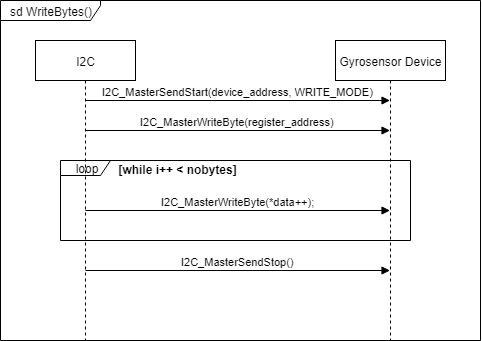
The draw.io diagram Krav og Design/I2C_WriteByte_SD.png in MkLJensen/iFollow, before a commit. Source tidied: cells renumbered, new cells last; positions are measured from the earlier drawing's top-left corner, leaving out a move shared by most shapes. Its diagram source:
```xml
<mxGraphModel>
  <root>
    <mxCell id="0" />
    <mxCell id="1" parent="0" />
    <mxCell id="2" value="sd WriteBytes()" style="shape=umlFrame;whiteSpace=wrap;html=1;width=100;height=20;" parent="1" vertex="1">
      <mxGeometry width="480" height="340" as="geometry" />
    </mxCell>
    <mxCell id="3" value="loop" style="shape=umlFrame;whiteSpace=wrap;html=1;width=50;height=15;" parent="1" vertex="1">
      <mxGeometry x="60" y="160" width="350" height="80" as="geometry" />
    </mxCell>
    <mxCell id="4" value="I2C" style="shape=umlLifeline;perimeter=lifelinePerimeter;whiteSpace=wrap;html=1;outlineConnect=0;" parent="1" vertex="1">
      <mxGeometry x="35" y="40" width="100" height="300" as="geometry" />
    </mxCell>
    <mxCell id="5" value="Gyrosensor Device" style="shape=umlLifeline;perimeter=lifelinePerimeter;whiteSpace=wrap;html=1;outlineConnect=0;" parent="1" vertex="1">
      <mxGeometry x="335" y="40" width="110" height="300" as="geometry" />
    </mxCell>
    <mxCell id="6" value="I2C_MasterSendStart(device_address, WRITE_MODE)" style="html=1;verticalAlign=bottom;endArrow=block;" parent="1" edge="1" target="5">
      <mxGeometry relative="1" as="geometry">
        <mxPoint x="85" y="100" as="sourcePoint" />
      </mxGeometry>
    </mxCell>
    <mxCell id="7" value="I2C_MasterWriteByte(register_address)" style="html=1;verticalAlign=bottom;endArrow=block;" parent="1" edge="1" target="5">
      <mxGeometry relative="1" as="geometry">
        <mxPoint x="85" y="130" as="sourcePoint" />
      </mxGeometry>
    </mxCell>
    <mxCell id="8" value="[while i++ &lt; nobytes]" style="text;align=center;fontStyle=1;verticalAlign=middle;spacingLeft=3;spacingRight=3;strokeColor=none;" parent="1" vertex="1">
      <mxGeometry x="145" y="160" width="65" height="20" as="geometry" />
    </mxCell>
    <mxCell id="9" value="&lt;div&gt;&lt;span&gt;I2C_MasterWriteByte&lt;/span&gt;(*data++);&lt;/div&gt;" style="html=1;verticalAlign=bottom;endArrow=block;" parent="1" edge="1" target="5">
      <mxGeometry relative="1" as="geometry">
        <mxPoint x="85" y="210" as="sourcePoint" />
      </mxGeometry>
    </mxCell>
    <mxCell id="10" value="&lt;div&gt;&lt;span&gt;I2C_MasterSendStop()&lt;/span&gt;&lt;/div&gt;" style="html=1;verticalAlign=bottom;endArrow=block;" parent="1" edge="1" target="5">
      <mxGeometry relative="1" as="geometry">
        <mxPoint x="85" y="270" as="sourcePoint" />
      </mxGeometry>
    </mxCell>
  </root>
</mxGraphModel>
```
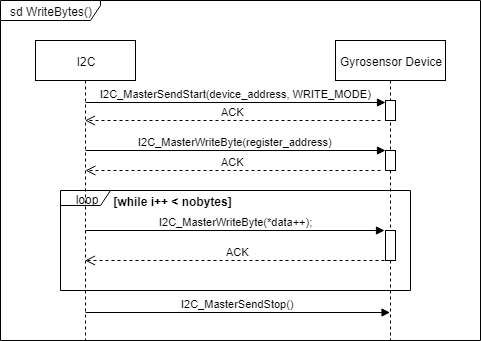
The same file after the commit.

The edit, as a diff of the source:
```diff
@@ -6,7 +6,7 @@
       <mxGeometry width="480" height="340" as="geometry" />
     </mxCell>
     <mxCell id="3" value="loop" style="shape=umlFrame;whiteSpace=wrap;html=1;width=50;height=15;" parent="1" vertex="1">
-      <mxGeometry x="60" y="160" width="350" height="80" as="geometry" />
+      <mxGeometry x="60" y="190" width="350" height="100" as="geometry" />
     </mxCell>
     <mxCell id="4" value="I2C" style="shape=umlLifeline;perimeter=lifelinePerimeter;whiteSpace=wrap;html=1;outlineConnect=0;" parent="1" vertex="1">
       <mxGeometry x="35" y="40" width="100" height="300" as="geometry" />
@@ -14,28 +14,54 @@
     <mxCell id="5" value="Gyrosensor Device" style="shape=umlLifeline;perimeter=lifelinePerimeter;whiteSpace=wrap;html=1;outlineConnect=0;" parent="1" vertex="1">
       <mxGeometry x="335" y="40" width="110" height="300" as="geometry" />
     </mxCell>
+    <mxCell id="11" style="html=1;points=[];perimeter=orthogonalPerimeter;" parent="5" vertex="1">
+      <mxGeometry x="50" y="110" width="10" height="20" as="geometry" />
+    </mxCell>
+    <mxCell id="12" value="ACK" style="html=1;verticalAlign=bottom;endArrow=open;dashed=1;endSize=8;" parent="5" edge="1">
+      <mxGeometry relative="1" as="geometry">
+        <mxPoint x="45" y="130" as="sourcePoint" />
+        <mxPoint x="-250.1" y="130" as="targetPoint" />
+      </mxGeometry>
+    </mxCell>
-    <mxCell id="6" value="I2C_MasterSendStart(device_address, WRITE_MODE)" style="html=1;verticalAlign=bottom;endArrow=block;" parent="1" edge="1" target="5">
+    <mxCell id="6" value="I2C_MasterSendStart(device_address, WRITE_MODE)" style="html=1;verticalAlign=bottom;endArrow=block;entryX=-0.021;entryY=0.102;entryDx=0;entryDy=0;entryPerimeter=0;" parent="1" edge="1" target="13">
       <mxGeometry relative="1" as="geometry">
-        <mxPoint x="85" y="100" as="sourcePoint" />
+        <mxPoint x="85" y="102" as="sourcePoint" />
       </mxGeometry>
     </mxCell>
-    <mxCell id="7" value="I2C_MasterWriteByte(register_address)" style="html=1;verticalAlign=bottom;endArrow=block;" parent="1" edge="1" target="5">
+    <mxCell id="7" value="I2C_MasterWriteByte(register_address)" style="html=1;verticalAlign=bottom;endArrow=block;entryX=-0.044;entryY=-0.011;entryDx=0;entryDy=0;entryPerimeter=0;" parent="1" edge="1" target="11">
       <mxGeometry relative="1" as="geometry">
-        <mxPoint x="85" y="130" as="sourcePoint" />
+        <mxPoint x="85" y="150" as="sourcePoint" />
       </mxGeometry>
     </mxCell>
     <mxCell id="8" value="[while i++ &lt; nobytes]" style="text;align=center;fontStyle=1;verticalAlign=middle;spacingLeft=3;spacingRight=3;strokeColor=none;" parent="1" vertex="1">
-      <mxGeometry x="145" y="160" width="65" height="20" as="geometry" />
+      <mxGeometry x="140" y="192" width="65" height="20" as="geometry" />
     </mxCell>
-    <mxCell id="9" value="&lt;div&gt;&lt;span&gt;I2C_MasterWriteByte&lt;/span&gt;(*data++);&lt;/div&gt;" style="html=1;verticalAlign=bottom;endArrow=block;" parent="1" edge="1" target="5">
+    <mxCell id="9" value="&lt;div&gt;&lt;span&gt;I2C_MasterWriteByte&lt;/span&gt;(*data++);&lt;/div&gt;" style="html=1;verticalAlign=bottom;endArrow=block;entryX=-0.065;entryY=-0.001;entryDx=0;entryDy=0;entryPerimeter=0;" parent="1" edge="1" target="16">
       <mxGeometry relative="1" as="geometry">
-        <mxPoint x="85" y="210" as="sourcePoint" />
+        <mxPoint x="85" y="230" as="sourcePoint" />
       </mxGeometry>
     </mxCell>
-    <mxCell id="10" value="&lt;div&gt;&lt;span&gt;I2C_MasterSendStop()&lt;/span&gt;&lt;/div&gt;" style="html=1;verticalAlign=bottom;endArrow=block;" parent="1" edge="1" target="5">
+    <mxCell id="10" value="&lt;div&gt;&lt;span&gt;I2C_MasterSendStop()&lt;/span&gt;&lt;/div&gt;" style="html=1;verticalAlign=bottom;endArrow=block;" parent="1" edge="1">
       <mxGeometry relative="1" as="geometry">
-        <mxPoint x="85" y="270" as="sourcePoint" />
+        <mxPoint x="85" y="312" as="sourcePoint" />
+        <mxPoint x="389.5" y="312" as="targetPoint" />
       </mxGeometry>
     </mxCell>
+    <mxCell id="13" style="html=1;points=[];perimeter=orthogonalPerimeter;" parent="1" vertex="1">
+      <mxGeometry x="385" y="100" width="10" height="20" as="geometry" />
+    </mxCell>
+    <mxCell id="14" value="ACK" style="html=1;verticalAlign=bottom;endArrow=open;dashed=1;endSize=8;" parent="1" edge="1" target="4">
+      <mxGeometry relative="1" as="geometry">
+        <mxPoint x="380" y="120" as="sourcePoint" />
+      </mxGeometry>
+    </mxCell>
+    <mxCell id="15" value="ACK" style="html=1;verticalAlign=bottom;endArrow=open;dashed=1;endSize=8;" parent="1" edge="1" target="4">
+      <mxGeometry relative="1" as="geometry">
+        <mxPoint x="390" y="260" as="sourcePoint" />
+      </mxGeometry>
+    </mxCell>
+    <mxCell id="16" style="html=1;points=[];perimeter=orthogonalPerimeter;" parent="1" vertex="1">
+      <mxGeometry x="385" y="230" width="10" height="30" as="geometry" />
+    </mxCell>
   </root>
 </mxGraphModel>
```
